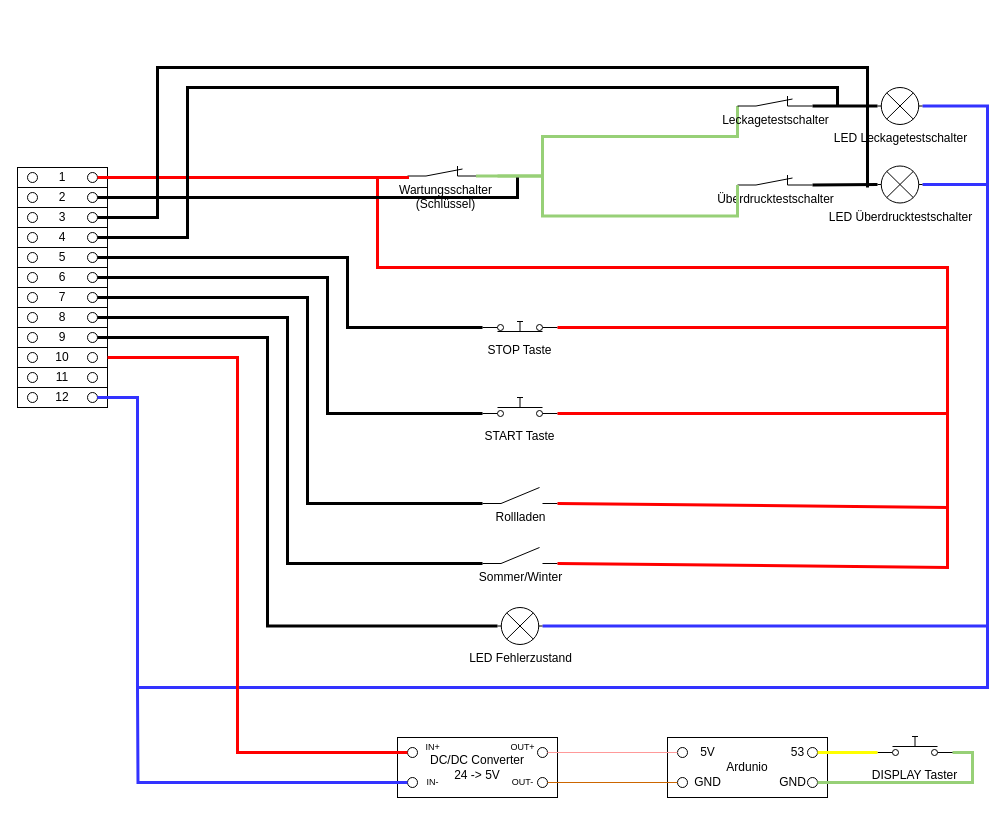
This is Dokumentation/Schaltplan_Steuereinheit.drawio from oprobst/compressor-monitor, a draw.io file, before an edit. Source tidied: cells renumbered, new cells numbered last; positions are measured from the earlier drawing's top-left corner, leaving out a move shared by most shapes. Both pictures are drawn from the tidied source at 100%, with x=0, y=0 at pixel (17, 67).
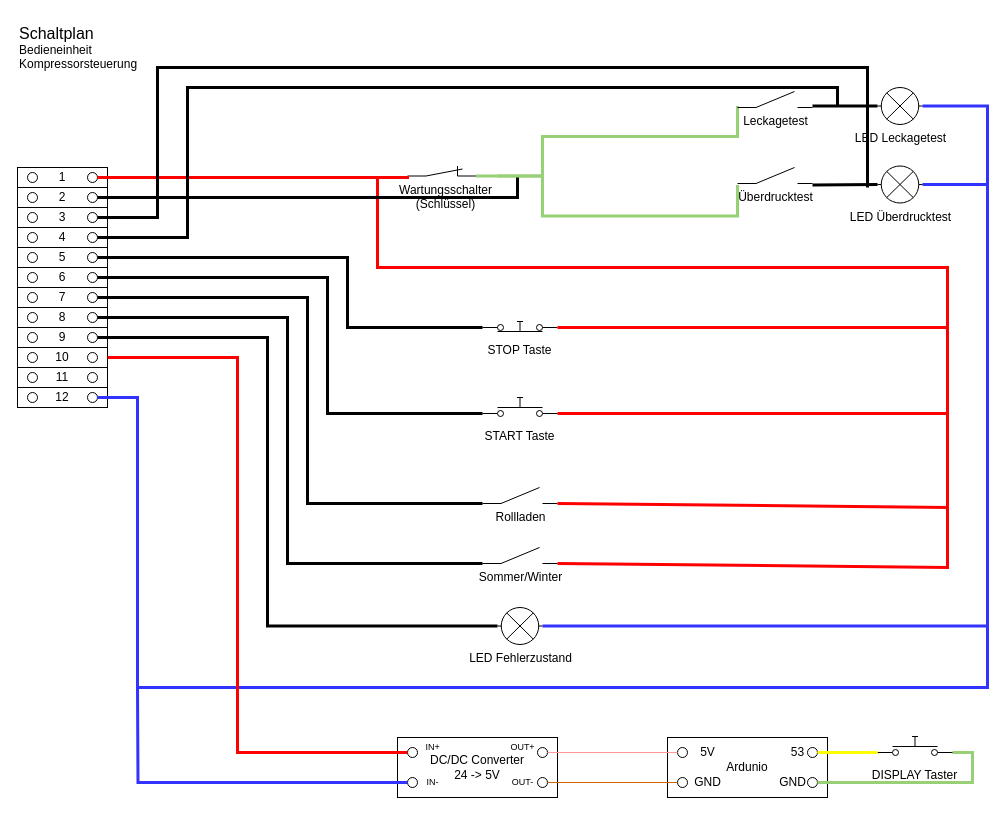
Above is the later version.

Commit message:
Schalter geupdated

Change to the diagram source:
```diff
@@
-    <mxCell id="51" style="edgeStyle=orthogonalEdgeStyle;rounded=0;jettySize=auto;html=1;entryX=0;entryY=1;entryDx=0;entryDy=0;entryPerimeter=0;endArrow=none;endFill=0;strokeColor=#97D077;strokeWidth=3;" parent="1" edge="1" target="72">
+    <mxCell id="51" style="edgeStyle=orthogonalEdgeStyle;rounded=0;orthogonalLoop=1;jettySize=auto;html=1;entryX=0;entryY=1;entryDx=0;entryDy=0;entryPerimeter=0;endArrow=none;endFill=0;strokeColor=#97D077;strokeWidth=3;" parent="1" edge="1">
       <mxGeometry relative="1" as="geometry">
         <mxPoint x="480" y="108.5" as="sourcePoint" />
+        <mxPoint x="720" y="38.5" as="targetPoint" />
         <Array as="points">
           <mxPoint x="525" y="109" />
           <mxPoint x="525" y="69" />
           <mxPoint x="720" y="69" />
           <mxPoint x="720" y="39" />
         </Array>
       </mxGeometry>
     </mxCell>
@@
-    <mxCell id="55" value="LED Überdrucktestschalter" style="verticalLabelPosition=bottom;shadow=0;dashed=0;align=center;html=1;verticalAlign=top;shape=mxgraph.electrical.miscellaneous.light_bulb;" parent="1" vertex="1">
+    <mxCell id="55" value="LED Überdrucktest" style="verticalLabelPosition=bottom;shadow=0;dashed=0;align=center;html=1;verticalAlign=top;shape=mxgraph.electrical.miscellaneous.light_bulb;" parent="1" vertex="1">
       <mxGeometry x="860" y="98.5" width="45" height="37" as="geometry" />
     </mxCell>
@@
-    <mxCell id="71" style="edgeStyle=orthogonalEdgeStyle;rounded=0;jettySize=auto;html=1;exitX=1;exitY=1;exitDx=0;exitDy=0;exitPerimeter=0;entryX=0;entryY=0.5;entryDx=0;entryDy=0;entryPerimeter=0;endArrow=none;endFill=0;strokeColor=#000000;strokeWidth=3;" parent="1" edge="1" source="72" target="77">
+    <mxCell id="71" style="edgeStyle=orthogonalEdgeStyle;rounded=0;jettySize=auto;html=1;exitX=1;exitY=1;exitDx=0;exitDy=0;exitPerimeter=0;entryX=0;entryY=0.5;entryDx=0;entryDy=0;entryPerimeter=0;endArrow=none;endFill=0;strokeColor=#000000;strokeWidth=3;" parent="1" edge="1" target="77">
       <mxGeometry relative="1" as="geometry">
+        <mxPoint x="795" y="38.5" as="sourcePoint" />
         <Array as="points">
           <mxPoint x="850" y="38.5" />
           <mxPoint x="850" y="38.5" />
         </Array>
       </mxGeometry>
     </mxCell>
-    <mxCell id="72" value="Leckagetestschalter" style="verticalLabelPosition=bottom;shadow=0;dashed=0;align=center;html=1;verticalAlign=top;shape=mxgraph.electrical.electro-mechanical.break_contact;" parent="1" vertex="1">
-      <mxGeometry x="720" y="28.5" width="75" height="10" as="geometry" />
-    </mxCell>
-    <mxCell id="73" style="edgeStyle=orthogonalEdgeStyle;rounded=0;jettySize=auto;html=1;entryX=0;entryY=0.5;entryDx=0;entryDy=0;entryPerimeter=0;endArrow=none;endFill=0;exitX=1;exitY=1;exitDx=0;exitDy=0;exitPerimeter=0;strokeColor=#000000;strokeWidth=3;" parent="1" edge="1" source="74" target="55">
+    <mxCell id="73" style="edgeStyle=orthogonalEdgeStyle;rounded=0;jettySize=auto;html=1;entryX=0;entryY=0.5;entryDx=0;entryDy=0;entryPerimeter=0;endArrow=none;endFill=0;exitX=1;exitY=1;exitDx=0;exitDy=0;exitPerimeter=0;strokeColor=#000000;strokeWidth=3;" parent="1" edge="1" target="55">
       <mxGeometry relative="1" as="geometry">
+        <mxPoint x="795" y="117.5" as="sourcePoint" />
         <Array as="points">
           <mxPoint x="795" y="117.5" />
           <mxPoint x="828" y="117.5" />
         </Array>
       </mxGeometry>
     </mxCell>
-    <mxCell id="74" value="Überdrucktestschalter" style="verticalLabelPosition=bottom;shadow=0;dashed=0;align=center;html=1;verticalAlign=top;shape=mxgraph.electrical.electro-mechanical.break_contact;" parent="1" vertex="1">
-      <mxGeometry x="720" y="107.5" width="75" height="10" as="geometry" />
-    </mxCell>
-    <mxCell id="75" style="edgeStyle=orthogonalEdgeStyle;rounded=0;jettySize=auto;html=1;entryX=0;entryY=1;entryDx=0;entryDy=0;entryPerimeter=0;endArrow=none;endFill=0;strokeColor=#97D077;strokeWidth=3;" parent="1" edge="1" target="74">
+    <mxCell id="75" style="edgeStyle=orthogonalEdgeStyle;rounded=0;orthogonalLoop=1;jettySize=auto;html=1;entryX=0;entryY=1;entryDx=0;entryDy=0;entryPerimeter=0;endArrow=none;endFill=0;strokeColor=#97D077;strokeWidth=3;" parent="1" edge="1">
       <mxGeometry relative="1" as="geometry">
         <mxPoint x="460" y="110" as="sourcePoint" />
+        <mxPoint x="720" y="117.5" as="targetPoint" />
         <Array as="points">
           <mxPoint x="525" y="108.5" />
           <mxPoint x="525" y="148.5" />
         </Array>
       </mxGeometry>
     </mxCell>
@@
-    <mxCell id="77" value="LED Leckagetestschalter" style="verticalLabelPosition=bottom;shadow=0;dashed=0;align=center;html=1;verticalAlign=top;shape=mxgraph.electrical.miscellaneous.light_bulb;" parent="1" vertex="1">
+    <mxCell id="77" value="LED Leckagetest" style="verticalLabelPosition=bottom;shadow=0;dashed=0;align=center;html=1;verticalAlign=top;shape=mxgraph.electrical.miscellaneous.light_bulb;" parent="1" vertex="1">
       <mxGeometry x="860" y="20" width="45" height="37" as="geometry" />
     </mxCell>
@@
+    <mxCell id="108" value="Leckagetest" style="verticalLabelPosition=bottom;shadow=0;dashed=0;align=center;html=1;verticalAlign=top;shape=mxgraph.electrical.electro-mechanical.make_contact;" parent="1" vertex="1">
+      <mxGeometry x="720" y="24" width="75" height="16" as="geometry" />
+    </mxCell>
+    <mxCell id="109" value="Überdrucktest" style="verticalLabelPosition=bottom;shadow=0;dashed=0;align=center;html=1;verticalAlign=top;shape=mxgraph.electrical.electro-mechanical.make_contact;" parent="1" vertex="1">
+      <mxGeometry x="720" y="100" width="75" height="16" as="geometry" />
+    </mxCell>
+    <mxCell id="110" value="&lt;font style=&quot;font-size: 16px;&quot;&gt;Schaltplan&lt;/font&gt; Bedieneinheit Kompressorsteuerung" style="text;html=1;strokeColor=none;fillColor=none;align=left;verticalAlign=middle;whiteSpace=wrap;rounded=0;" parent="1" vertex="1">
+      <mxGeometry y="-50" width="60" height="60" as="geometry" />
+    </mxCell>
```
